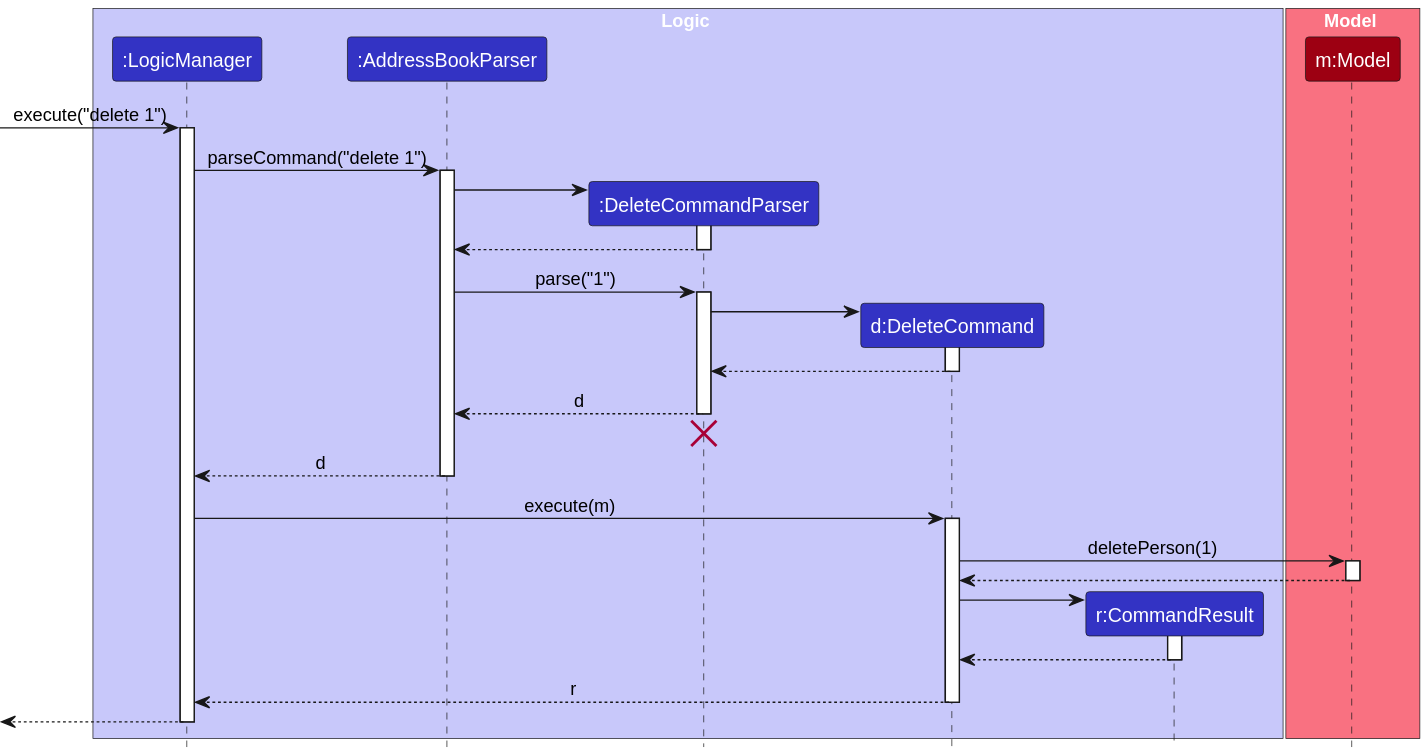
The PlantUML diagram docs/diagrams/DeleteSequenceDiagram.svg in nus-cs2103-AY2425S1/tp, before a commit. Its diagram source:
```plantuml
@startuml
!include style.puml
skinparam ArrowFontStyle plain

box Logic LOGIC_COLOR_T1
participant ":LogicManager" as LogicManager LOGIC_COLOR
participant ":AddressBookParser" as AddressBookParser LOGIC_COLOR
participant ":DeleteCommandParser" as DeleteCommandParser LOGIC_COLOR
participant "d:DeleteCommand" as DeleteCommand LOGIC_COLOR
participant "r:CommandResult" as CommandResult LOGIC_COLOR
end box

box Model MODEL_COLOR_T1
participant "m:Model" as Model MODEL_COLOR
end box

[-> LogicManager : execute("delete 1")
activate LogicManager

LogicManager -> AddressBookParser : parseCommand("delete 1")
activate AddressBookParser

create DeleteCommandParser
AddressBookParser -> DeleteCommandParser
activate DeleteCommandParser

DeleteCommandParser --> AddressBookParser
deactivate DeleteCommandParser

AddressBookParser -> DeleteCommandParser : parse("1")
activate DeleteCommandParser

create DeleteCommand
DeleteCommandParser -> DeleteCommand
activate DeleteCommand

DeleteCommand --> DeleteCommandParser :
deactivate DeleteCommand

DeleteCommandParser --> AddressBookParser : d
deactivate DeleteCommandParser
DeleteCommandParser -[hidden]-> AddressBookParser
destroy DeleteCommandParser

AddressBookParser --> LogicManager : d
deactivate AddressBookParser

LogicManager -> DeleteCommand : execute(m)
activate DeleteCommand

DeleteCommand -> Model : deletePerson(1)
activate Model

Model --> DeleteCommand
deactivate Model

create CommandResult
DeleteCommand -> CommandResult
activate CommandResult

CommandResult --> DeleteCommand
deactivate CommandResult

DeleteCommand --> LogicManager : r
deactivate DeleteCommand

[<--LogicManager
deactivate LogicManager
@enduml
```
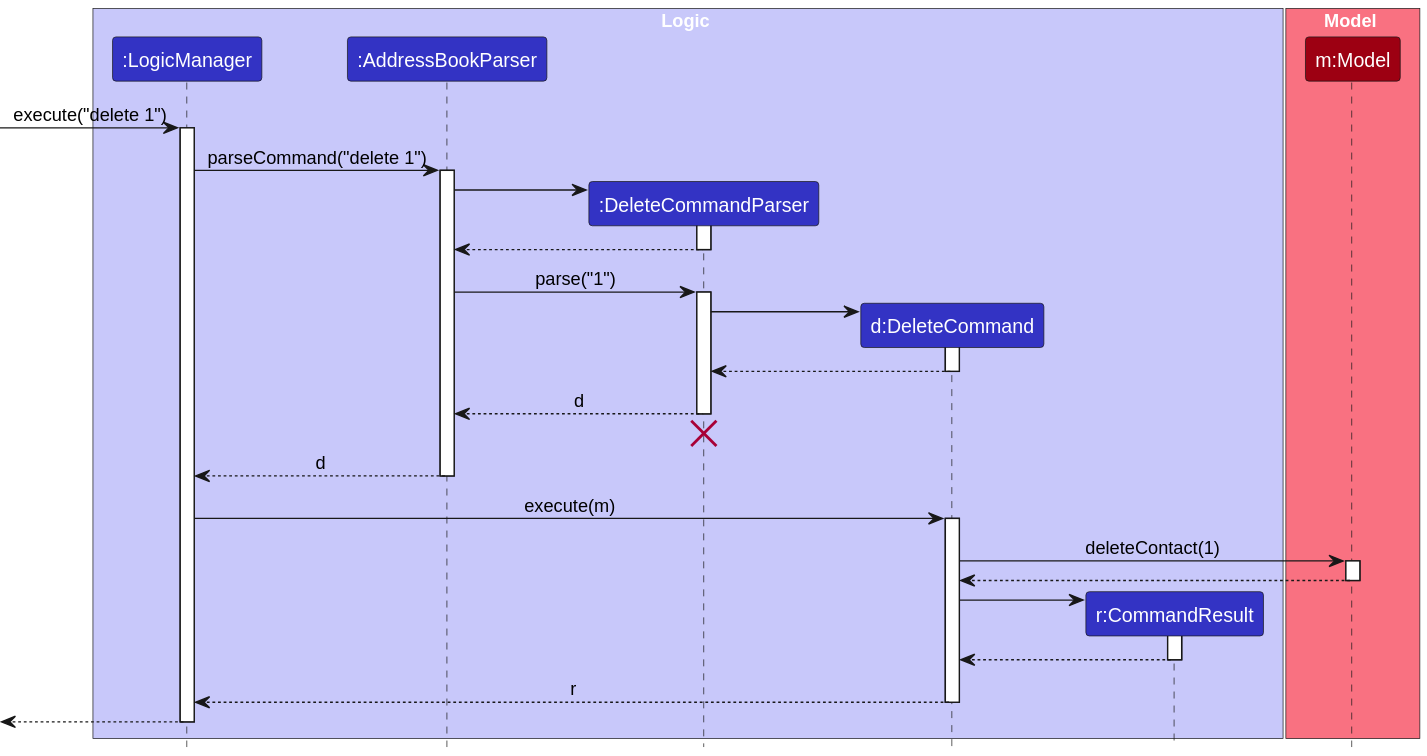
After the change.

Change to the diagram source:
```diff
@@ -48,7 +48,7 @@
 LogicManager -> DeleteCommand : execute(m)
 activate DeleteCommand
 
-DeleteCommand -> Model : deletePerson(1)
+DeleteCommand -> Model : deleteContact(1)
 activate Model
 
 Model --> DeleteCommand
```
